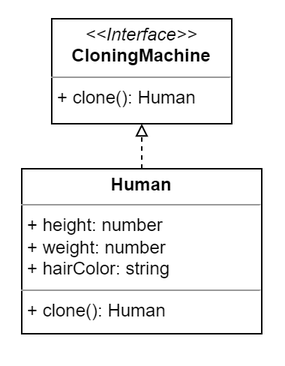
This is prototype/prototype.png from SemeniukVlad/patterns, a draw.io export, as it was before one commit. Source tidied: cells renumbered, new cells last; positions are measured from the earlier drawing's top-left corner, leaving out a move shared by most shapes. Its diagram source:
```xml
<mxGraphModel>
  <root>
    <mxCell id="0" />
    <mxCell id="1" parent="0" />
    <mxCell id="2" value="&lt;p style=&quot;margin: 0px ; margin-top: 4px ; text-align: center&quot;&gt;&lt;i&gt;&amp;lt;&amp;lt;Interface&amp;gt;&amp;gt;&lt;/i&gt;&lt;br&gt;&lt;b&gt;CloningMachine&lt;/b&gt;&lt;/p&gt;&lt;hr size=&quot;1&quot;&gt;&lt;p style=&quot;margin: 0px ; margin-left: 4px&quot;&gt;+ clone(): Human&lt;/p&gt;" style="verticalAlign=top;align=left;overflow=fill;fontSize=12;fontFamily=Helvetica;html=1;" parent="1" vertex="1">
      <mxGeometry x="20" width="120" height="70" as="geometry" />
    </mxCell>
    <mxCell id="3" style="edgeStyle=orthogonalEdgeStyle;rounded=0;jettySize=auto;html=1;exitX=0.5;exitY=0;exitDx=0;exitDy=0;entryX=0.5;entryY=1;entryDx=0;entryDy=0;dashed=1;endArrow=block;endFill=0;strokeColor=#000000;" parent="1" edge="1" source="4" target="2">
      <mxGeometry relative="1" as="geometry" />
    </mxCell>
    <mxCell id="4" value="&lt;p style=&quot;margin: 0px ; margin-top: 4px ; text-align: center&quot;&gt;&lt;b&gt;Human&lt;/b&gt;&lt;/p&gt;&lt;hr size=&quot;1&quot;&gt;&lt;p style=&quot;margin: 0px ; margin-left: 4px&quot;&gt;+ height: number&lt;/p&gt;&lt;p style=&quot;margin: 0px ; margin-left: 4px&quot;&gt;+ weight: number&lt;br&gt;&lt;/p&gt;&lt;p style=&quot;margin: 0px ; margin-left: 4px&quot;&gt;+ hairColor: string&lt;/p&gt;&lt;hr size=&quot;1&quot;&gt;&lt;p style=&quot;margin: 0px ; margin-left: 4px&quot;&gt;+ clone(): Human&lt;br&gt;&lt;/p&gt;" style="verticalAlign=top;align=left;overflow=fill;fontSize=12;fontFamily=Helvetica;html=1;" parent="1" vertex="1">
      <mxGeometry y="100" width="160" height="110" as="geometry" />
    </mxCell>
  </root>
</mxGraphModel>
```
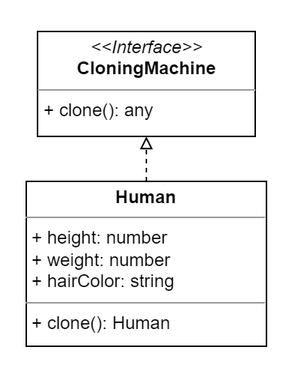
The same diagram one commit later.

Diff of the diagram source:
```diff
@@ -2,13 +2,13 @@
   <root>
     <mxCell id="0" />
     <mxCell id="1" parent="0" />
-    <mxCell id="2" value="&lt;p style=&quot;margin: 0px ; margin-top: 4px ; text-align: center&quot;&gt;&lt;i&gt;&amp;lt;&amp;lt;Interface&amp;gt;&amp;gt;&lt;/i&gt;&lt;br&gt;&lt;b&gt;CloningMachine&lt;/b&gt;&lt;/p&gt;&lt;hr size=&quot;1&quot;&gt;&lt;p style=&quot;margin: 0px ; margin-left: 4px&quot;&gt;+ clone(): Human&lt;/p&gt;" style="verticalAlign=top;align=left;overflow=fill;fontSize=12;fontFamily=Helvetica;html=1;" parent="1" vertex="1">
-      <mxGeometry x="20" width="120" height="70" as="geometry" />
-    </mxCell>
-    <mxCell id="3" style="edgeStyle=orthogonalEdgeStyle;rounded=0;jettySize=auto;html=1;exitX=0.5;exitY=0;exitDx=0;exitDy=0;entryX=0.5;entryY=1;entryDx=0;entryDy=0;dashed=1;endArrow=block;endFill=0;strokeColor=#000000;" parent="1" edge="1" source="4" target="2">
-      <mxGeometry relative="1" as="geometry" />
-    </mxCell>
+    <mxCell id="5" value="&lt;p style=&quot;margin: 0px ; margin-top: 4px ; text-align: center&quot;&gt;&lt;i&gt;&amp;lt;&amp;lt;Interface&amp;gt;&amp;gt;&lt;/i&gt;&lt;br&gt;&lt;b&gt;CloningMachine&lt;/b&gt;&lt;/p&gt;&lt;hr size=&quot;1&quot;&gt;&lt;p style=&quot;margin: 0px ; margin-left: 4px&quot;&gt;+ clone(): any&lt;br&gt;&lt;/p&gt;" style="verticalAlign=top;align=left;overflow=fill;fontSize=12;fontFamily=Helvetica;html=1;" parent="1" vertex="1">
+      <mxGeometry x="7.5" width="145" height="70" as="geometry" />
+    </mxCell>
+    <mxCell id="6" style="edgeStyle=orthogonalEdgeStyle;rounded=0;jettySize=auto;html=1;exitX=0.5;exitY=0;exitDx=0;exitDy=0;entryX=0.5;entryY=1;entryDx=0;entryDy=0;dashed=1;endArrow=block;endFill=0;" parent="1" edge="1" source="4" target="5">
+      <mxGeometry relative="1" as="geometry" />
+    </mxCell>
-    <mxCell id="4" value="&lt;p style=&quot;margin: 0px ; margin-top: 4px ; text-align: center&quot;&gt;&lt;b&gt;Human&lt;/b&gt;&lt;/p&gt;&lt;hr size=&quot;1&quot;&gt;&lt;p style=&quot;margin: 0px ; margin-left: 4px&quot;&gt;+ height: number&lt;/p&gt;&lt;p style=&quot;margin: 0px ; margin-left: 4px&quot;&gt;+ weight: number&lt;br&gt;&lt;/p&gt;&lt;p style=&quot;margin: 0px ; margin-left: 4px&quot;&gt;+ hairColor: string&lt;/p&gt;&lt;hr size=&quot;1&quot;&gt;&lt;p style=&quot;margin: 0px ; margin-left: 4px&quot;&gt;+ clone(): Human&lt;br&gt;&lt;/p&gt;" style="verticalAlign=top;align=left;overflow=fill;fontSize=12;fontFamily=Helvetica;html=1;" parent="1" vertex="1">
+    <mxCell id="4" value="&lt;p style=&quot;margin: 0px ; margin-top: 4px ; text-align: center&quot;&gt;&lt;b&gt;Human&lt;/b&gt;&lt;/p&gt;&lt;hr size=&quot;1&quot;&gt;&lt;p style=&quot;margin: 0px ; margin-left: 4px&quot;&gt;+ height: number&lt;/p&gt;&lt;p style=&quot;margin: 0px ; margin-left: 4px&quot;&gt;+ weight: number&lt;/p&gt;&lt;p style=&quot;margin: 0px ; margin-left: 4px&quot;&gt;+ hairColor: string&lt;/p&gt;&lt;hr size=&quot;1&quot;&gt;&lt;p style=&quot;margin: 0px ; margin-left: 4px&quot;&gt;+ clone(): Human&lt;/p&gt;" style="verticalAlign=top;align=left;overflow=fill;fontSize=12;fontFamily=Helvetica;html=1;" parent="1" vertex="1">
       <mxGeometry y="100" width="160" height="110" as="geometry" />
     </mxCell>
   </root>
```
